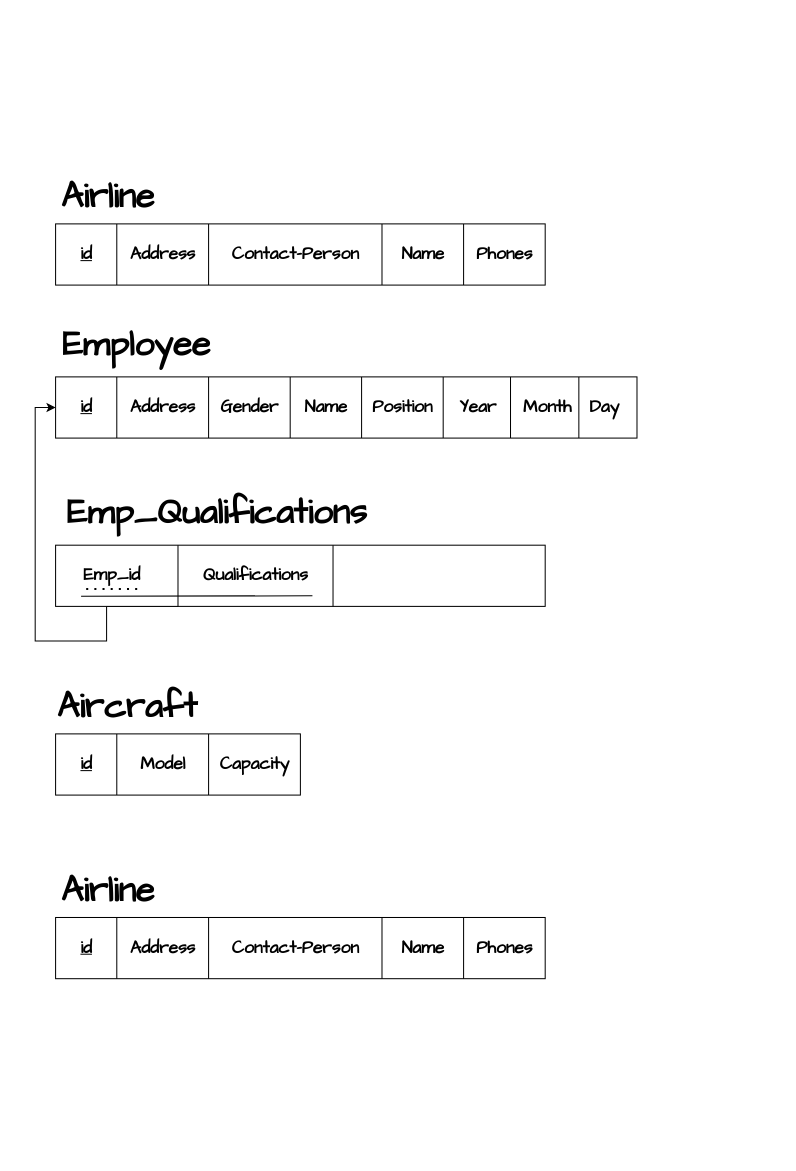
The draw.io diagram Mapping.drawio in you22ef/ERDs, before the edit. Source tidied: cells renumbered, new cells numbered last; positions are measured from the earlier drawing's top-left corner, leaving out a move shared by most shapes. Both pictures are drawn from the tidied source at 102%, with x=0, y=0 at pixel (35, 171).
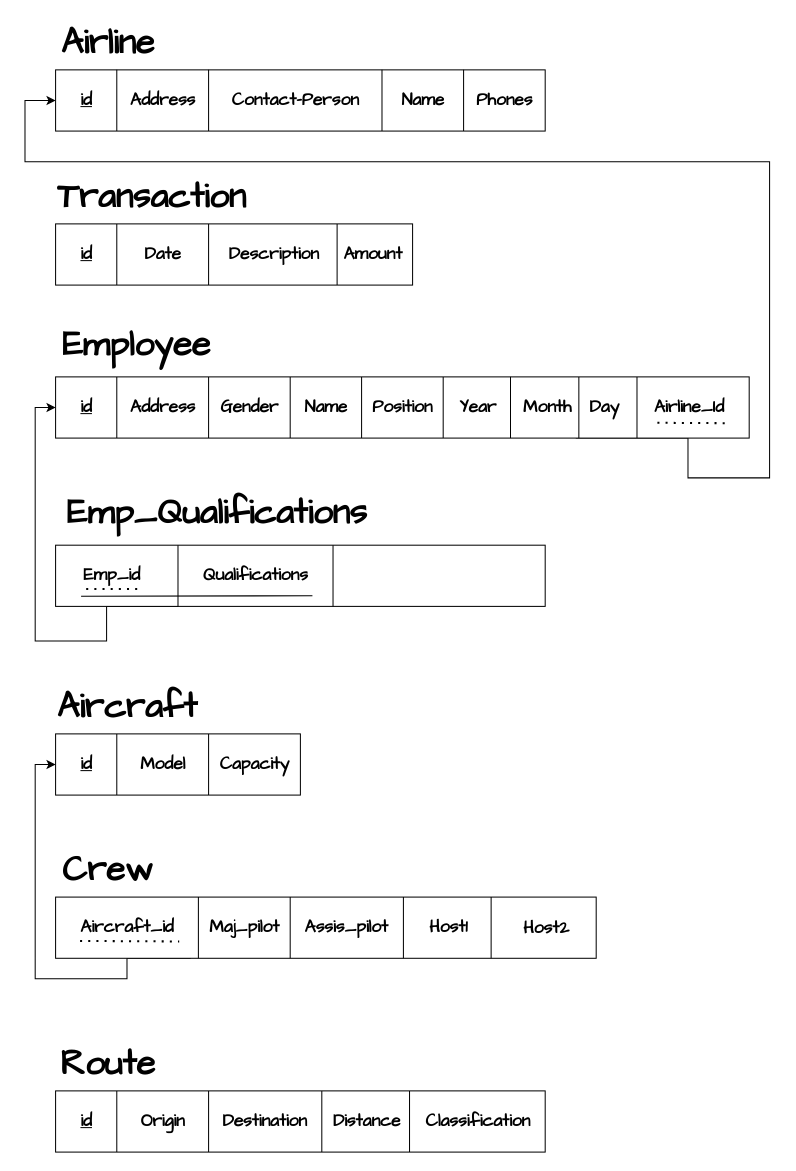
Above is the later version.

Unchanged cells that the change refers to:
```xml
<mxCell id="39" style="rounded=0;whiteSpace=wrap;html=1;" parent="1" vertex="1">
  <mxGeometry x="20" y="551" width="240" height="60" as="geometry" />
</mxCell>
```

What changed in the source:
```diff
@@
     <mxCell id="2" style="rounded=0;whiteSpace=wrap;html=1;" parent="1" vertex="1">
-      <mxGeometry x="20" y="51" width="480" height="60" as="geometry" />
+      <mxGeometry x="20" y="51" width="350" height="60" as="geometry" />
     </mxCell>
@@
-    <mxCell id="5" value="&lt;font style=&quot;font-size: 34px;&quot; face=&quot;Architects Daughter&quot;&gt;&lt;b&gt;Airline&lt;/b&gt;&lt;/font&gt;" style="text;html=1;align=center;verticalAlign=middle;strokeColor=none;fillColor=none;" parent="1" vertex="1">
-      <mxGeometry x="11" width="120" height="50" as="geometry" />
+    <mxCell id="5" value="&lt;font style=&quot;font-size: 34px;&quot; face=&quot;Architects Daughter&quot;&gt;&lt;b&gt;Transaction&lt;/b&gt;&lt;/font&gt;" style="text;html=1;align=center;verticalAlign=middle;strokeColor=none;fillColor=none;" parent="1" vertex="1">
+      <mxGeometry x="9" width="210" height="50" as="geometry" />
     </mxCell>
@@
-    <mxCell id="7" value="&lt;font style=&quot;font-size: 17px;&quot; face=&quot;Architects Daughter&quot;&gt;&lt;b&gt;Address&lt;/b&gt;&lt;/font&gt;" style="text;html=1;align=center;verticalAlign=middle;strokeColor=none;fillColor=none;" parent="1" vertex="1">
-      <mxGeometry x="80" y="66" width="90" height="30" as="geometry" />
+    <mxCell id="7" value="&lt;font style=&quot;font-size: 17px;&quot; face=&quot;Architects Daughter&quot;&gt;&lt;b&gt;Date&lt;/b&gt;&lt;/font&gt;" style="text;html=1;align=center;verticalAlign=middle;strokeColor=none;fillColor=none;" parent="1" vertex="1">
+      <mxGeometry x="95" y="66" width="60" height="30" as="geometry" />
     </mxCell>
     <mxCell id="8" style="endArrow=none;html=1;rounded=0;" parent="1" edge="1">
       <mxGeometry relative="1" as="geometry">
-        <mxPoint x="340" y="111" as="sourcePoint" />
-        <mxPoint x="340" y="51" as="targetPoint" />
+        <mxPoint x="296" y="111" as="sourcePoint" />
+        <mxPoint x="296" y="51" as="targetPoint" />
       </mxGeometry>
     </mxCell>
-    <mxCell id="9" style="endArrow=none;html=1;rounded=0;" parent="1" edge="1">
-      <mxGeometry relative="1" as="geometry">
-        <mxPoint x="420" y="111" as="sourcePoint" />
-        <mxPoint x="420" y="51" as="targetPoint" />
-      </mxGeometry>
-    </mxCell>
-    <mxCell id="10" value="&lt;font style=&quot;font-size: 17px;&quot; face=&quot;Architects Daughter&quot;&gt;&lt;b&gt;Contact-Person&lt;/b&gt;&lt;/font&gt;" style="text;html=1;align=center;verticalAlign=middle;strokeColor=none;fillColor=none;" parent="1" vertex="1">
-      <mxGeometry x="180" y="66" width="150" height="30" as="geometry" />
+    <mxCell id="10" value="&lt;font face=&quot;Architects Daughter&quot;&gt;&lt;span style=&quot;font-size: 17px;&quot;&gt;&lt;b&gt;Description&lt;/b&gt;&lt;/span&gt;&lt;/font&gt;" style="text;html=1;align=center;verticalAlign=middle;strokeColor=none;fillColor=none;" parent="1" vertex="1">
+      <mxGeometry x="179" y="66" width="110" height="30" as="geometry" />
     </mxCell>
-    <mxCell id="11" value="&lt;font style=&quot;font-size: 17px;&quot; face=&quot;Architects Daughter&quot;&gt;&lt;b&gt;Name&lt;/b&gt;&lt;/font&gt;" style="text;html=1;align=center;verticalAlign=middle;strokeColor=none;fillColor=none;" parent="1" vertex="1">
-      <mxGeometry x="345" y="66" width="70" height="30" as="geometry" />
+    <mxCell id="11" value="&lt;font style=&quot;font-size: 17px;&quot; face=&quot;Architects Daughter&quot;&gt;&lt;b&gt;Amount&lt;/b&gt;&lt;/font&gt;" style="text;html=1;align=center;verticalAlign=middle;strokeColor=none;fillColor=none;" parent="1" vertex="1">
+      <mxGeometry x="291" y="66" width="80" height="30" as="geometry" />
     </mxCell>
-    <mxCell id="12" value="&lt;font style=&quot;font-size: 17px;&quot; face=&quot;Architects Daughter&quot;&gt;&lt;b&gt;Phones&lt;/b&gt;&lt;/font&gt;" style="text;html=1;align=center;verticalAlign=middle;strokeColor=none;fillColor=none;" parent="1" vertex="1">
-      <mxGeometry x="420" y="66" width="80" height="30" as="geometry" />
-    </mxCell>
+    <mxCell id="57" style="edgeStyle=orthogonalEdgeStyle;rounded=0;jettySize=auto;html=1;exitX=0.75;exitY=1;exitDx=0;exitDy=0;entryX=0;entryY=0.5;entryDx=0;entryDy=0;" parent="1" edge="1" source="13" target="71">
+      <mxGeometry relative="1" as="geometry">
+        <Array as="points">
+          <mxPoint x="640" y="261" />
+          <mxPoint x="640" y="300" />
+          <mxPoint x="720" y="300" />
+          <mxPoint x="720" y="-10" />
+          <mxPoint x="-10" y="-10" />
+          <mxPoint x="-10" y="-70" />
+        </Array>
+      </mxGeometry>
+    </mxCell>
     <mxCell id="13" style="rounded=0;whiteSpace=wrap;html=1;" parent="1" vertex="1">
-      <mxGeometry x="20" y="201" width="570" height="60" as="geometry" />
+      <mxGeometry x="20" y="201" width="680" height="60" as="geometry" />
     </mxCell>
@@
     <mxCell id="46" style="rounded=0;whiteSpace=wrap;html=1;" parent="1" vertex="1">
-      <mxGeometry x="20" y="731" width="480" height="60" as="geometry" />
+      <mxGeometry x="20" y="901" width="480" height="60" as="geometry" />
     </mxCell>
     <mxCell id="47" style="endArrow=none;html=1;rounded=0;" parent="1" edge="1">
       <mxGeometry relative="1" as="geometry">
-        <mxPoint x="80" y="791" as="sourcePoint" />
-        <mxPoint x="80" y="731" as="targetPoint" />
+        <mxPoint x="80" y="961" as="sourcePoint" />
+        <mxPoint x="80" y="901" as="targetPoint" />
       </mxGeometry>
     </mxCell>
     <mxCell id="48" style="endArrow=none;html=1;rounded=0;" parent="1" edge="1">
       <mxGeometry relative="1" as="geometry">
-        <mxPoint x="170" y="791" as="sourcePoint" />
-        <mxPoint x="170" y="731" as="targetPoint" />
+        <mxPoint x="170" y="961" as="sourcePoint" />
+        <mxPoint x="170" y="901" as="targetPoint" />
       </mxGeometry>
     </mxCell>
-    <mxCell id="49" value="&lt;font style=&quot;font-size: 34px;&quot; face=&quot;Architects Daughter&quot;&gt;&lt;b&gt;Airline&lt;/b&gt;&lt;/font&gt;" style="text;html=1;align=center;verticalAlign=middle;strokeColor=none;fillColor=none;" parent="1" vertex="1">
-      <mxGeometry x="11" y="680" width="120" height="50" as="geometry" />
+    <mxCell id="49" value="&lt;font style=&quot;font-size: 34px;&quot; face=&quot;Architects Daughter&quot;&gt;&lt;b&gt;Route&lt;/b&gt;&lt;/font&gt;" style="text;html=1;align=center;verticalAlign=middle;strokeColor=none;fillColor=none;" parent="1" vertex="1">
+      <mxGeometry x="11" y="850" width="120" height="50" as="geometry" />
     </mxCell>
     <mxCell id="50" value="&lt;font face=&quot;Architects Daughter&quot; style=&quot;font-size: 17px;&quot;&gt;&lt;b&gt;id&lt;/b&gt;&lt;/font&gt;" style="text;html=1;align=center;verticalAlign=middle;strokeColor=none;fillColor=none;fontStyle=4;" parent="1" vertex="1">
-      <mxGeometry x="35" y="746" width="30" height="30" as="geometry" />
+      <mxGeometry x="35" y="916" width="30" height="30" as="geometry" />
     </mxCell>
-    <mxCell id="51" value="&lt;font style=&quot;font-size: 17px;&quot; face=&quot;Architects Daughter&quot;&gt;&lt;b&gt;Address&lt;/b&gt;&lt;/font&gt;" style="text;html=1;align=center;verticalAlign=middle;strokeColor=none;fillColor=none;" parent="1" vertex="1">
-      <mxGeometry x="80" y="746" width="90" height="30" as="geometry" />
+    <mxCell id="51" value="&lt;font style=&quot;font-size: 17px;&quot; face=&quot;Architects Daughter&quot;&gt;&lt;b&gt;Origin&lt;/b&gt;&lt;/font&gt;" style="text;html=1;align=center;verticalAlign=middle;strokeColor=none;fillColor=none;" parent="1" vertex="1">
+      <mxGeometry x="90" y="916" width="70" height="30" as="geometry" />
     </mxCell>
     <mxCell id="52" style="endArrow=none;html=1;rounded=0;" parent="1" edge="1">
       <mxGeometry relative="1" as="geometry">
-        <mxPoint x="340" y="791" as="sourcePoint" />
-        <mxPoint x="340" y="731" as="targetPoint" />
+        <mxPoint x="281" y="961" as="sourcePoint" />
+        <mxPoint x="281" y="901" as="targetPoint" />
       </mxGeometry>
     </mxCell>
     <mxCell id="53" style="endArrow=none;html=1;rounded=0;" parent="1" edge="1">
       <mxGeometry relative="1" as="geometry">
-        <mxPoint x="420" y="791" as="sourcePoint" />
-        <mxPoint x="420" y="731" as="targetPoint" />
+        <mxPoint x="367" y="961" as="sourcePoint" />
+        <mxPoint x="367" y="901" as="targetPoint" />
       </mxGeometry>
     </mxCell>
-    <mxCell id="54" value="&lt;font style=&quot;font-size: 17px;&quot; face=&quot;Architects Daughter&quot;&gt;&lt;b&gt;Contact-Person&lt;/b&gt;&lt;/font&gt;" style="text;html=1;align=center;verticalAlign=middle;strokeColor=none;fillColor=none;" parent="1" vertex="1">
-      <mxGeometry x="180" y="746" width="150" height="30" as="geometry" />
+    <mxCell id="54" value="&lt;font style=&quot;font-size: 17px;&quot; face=&quot;Architects Daughter&quot;&gt;&lt;b&gt;Destination&lt;/b&gt;&lt;/font&gt;" style="text;html=1;align=center;verticalAlign=middle;strokeColor=none;fillColor=none;" parent="1" vertex="1">
+      <mxGeometry x="170" y="916" width="110" height="30" as="geometry" />
     </mxCell>
-    <mxCell id="55" value="&lt;font style=&quot;font-size: 17px;&quot; face=&quot;Architects Daughter&quot;&gt;&lt;b&gt;Name&lt;/b&gt;&lt;/font&gt;" style="text;html=1;align=center;verticalAlign=middle;strokeColor=none;fillColor=none;" parent="1" vertex="1">
-      <mxGeometry x="345" y="746" width="70" height="30" as="geometry" />
+    <mxCell id="55" value="&lt;font style=&quot;font-size: 17px;&quot; face=&quot;Architects Daughter&quot;&gt;&lt;b&gt;Distance&lt;/b&gt;&lt;/font&gt;" style="text;html=1;align=center;verticalAlign=middle;strokeColor=none;fillColor=none;" parent="1" vertex="1">
+      <mxGeometry x="280" y="916" width="90" height="30" as="geometry" />
     </mxCell>
-    <mxCell id="56" value="&lt;font style=&quot;font-size: 17px;&quot; face=&quot;Architects Daughter&quot;&gt;&lt;b&gt;Phones&lt;/b&gt;&lt;/font&gt;" style="text;html=1;align=center;verticalAlign=middle;strokeColor=none;fillColor=none;" parent="1" vertex="1">
-      <mxGeometry x="420" y="746" width="80" height="30" as="geometry" />
+    <mxCell id="56" value="&lt;font style=&quot;font-size: 17px;&quot; face=&quot;Architects Daughter&quot;&gt;&lt;b&gt;Classification&lt;/b&gt;&lt;/font&gt;" style="text;html=1;align=center;verticalAlign=middle;strokeColor=none;fillColor=none;" parent="1" vertex="1">
+      <mxGeometry x="369" y="916" width="130" height="30" as="geometry" />
     </mxCell>
+    <mxCell id="58" style="edgeStyle=orthogonalEdgeStyle;rounded=0;jettySize=auto;html=1;exitX=0.25;exitY=1;exitDx=0;exitDy=0;entryX=0;entryY=0.5;entryDx=0;entryDy=0;" parent="1" edge="1" source="59" target="39">
+      <mxGeometry relative="1" as="geometry">
+        <Array as="points">
+          <mxPoint x="90" y="771" />
+          <mxPoint x="90" y="791" />
+          <mxPoint y="791" />
+          <mxPoint y="581" />
+        </Array>
+      </mxGeometry>
+    </mxCell>
+    <mxCell id="59" style="rounded=0;whiteSpace=wrap;html=1;" parent="1" vertex="1">
+      <mxGeometry x="20" y="711" width="530" height="60" as="geometry" />
+    </mxCell>
+    <mxCell id="60" style="endArrow=none;html=1;rounded=0;" parent="1" edge="1">
+      <mxGeometry relative="1" as="geometry">
+        <mxPoint x="160" y="771" as="sourcePoint" />
+        <mxPoint x="160" y="711" as="targetPoint" />
+      </mxGeometry>
+    </mxCell>
+    <mxCell id="61" style="endArrow=none;html=1;rounded=0;" parent="1" edge="1">
+      <mxGeometry relative="1" as="geometry">
+        <mxPoint x="250" y="771" as="sourcePoint" />
+        <mxPoint x="250" y="711" as="targetPoint" />
+      </mxGeometry>
+    </mxCell>
+    <mxCell id="62" value="&lt;font style=&quot;font-size: 34px;&quot; face=&quot;Architects Daughter&quot;&gt;&lt;b&gt;Crew&lt;/b&gt;&lt;/font&gt;" style="text;html=1;align=center;verticalAlign=middle;strokeColor=none;fillColor=none;" parent="1" vertex="1">
+      <mxGeometry x="16" y="660" width="110" height="50" as="geometry" />
+    </mxCell>
+    <mxCell id="63" value="&lt;font style=&quot;font-size: 17px;&quot; face=&quot;Architects Daughter&quot;&gt;&lt;b&gt;Aircraft_id&lt;/b&gt;&lt;/font&gt;" style="text;html=1;align=center;verticalAlign=middle;strokeColor=none;fillColor=none;fontStyle=0;" parent="1" vertex="1">
+      <mxGeometry x="30" y="726" width="120" height="30" as="geometry" />
+    </mxCell>
+    <mxCell id="64" value="&lt;font style=&quot;font-size: 17px;&quot; face=&quot;Architects Daughter&quot;&gt;&lt;b&gt;Maj_pilot&lt;/b&gt;&lt;/font&gt;" style="text;html=1;align=center;verticalAlign=middle;strokeColor=none;fillColor=none;" parent="1" vertex="1">
+      <mxGeometry x="160" y="726" width="90" height="30" as="geometry" />
+    </mxCell>
+    <mxCell id="65" style="endArrow=none;html=1;rounded=0;" parent="1" edge="1">
+      <mxGeometry relative="1" as="geometry">
+        <mxPoint x="361" y="771" as="sourcePoint" />
+        <mxPoint x="361" y="711" as="targetPoint" />
+      </mxGeometry>
+    </mxCell>
+    <mxCell id="66" style="endArrow=none;html=1;rounded=0;" parent="1" edge="1">
+      <mxGeometry relative="1" as="geometry">
+        <mxPoint x="447" y="771" as="sourcePoint" />
+        <mxPoint x="447" y="711" as="targetPoint" />
+      </mxGeometry>
+    </mxCell>
+    <mxCell id="67" value="&lt;font style=&quot;font-size: 17px;&quot; face=&quot;Architects Daughter&quot;&gt;&lt;b&gt;Assis_pilot&lt;/b&gt;&lt;/font&gt;" style="text;html=1;align=center;verticalAlign=middle;strokeColor=none;fillColor=none;" parent="1" vertex="1">
+      <mxGeometry x="250" y="726" width="110" height="30" as="geometry" />
+    </mxCell>
+    <mxCell id="68" value="&lt;font style=&quot;font-size: 17px;&quot; face=&quot;Architects Daughter&quot;&gt;&lt;b&gt;Host1&lt;/b&gt;&lt;/font&gt;" style="text;html=1;align=center;verticalAlign=middle;strokeColor=none;fillColor=none;" parent="1" vertex="1">
+      <mxGeometry x="375" y="726" width="60" height="30" as="geometry" />
+    </mxCell>
+    <mxCell id="69" value="&lt;font style=&quot;font-size: 17px;&quot; face=&quot;Architects Daughter&quot;&gt;&lt;b&gt;Host2&lt;/b&gt;&lt;/font&gt;" style="text;html=1;align=center;verticalAlign=middle;strokeColor=none;fillColor=none;" parent="1" vertex="1">
+      <mxGeometry x="466" y="727" width="70" height="30" as="geometry" />
+    </mxCell>
+    <mxCell id="70" style="endArrow=none;dashed=1;html=1;dashPattern=1 3;strokeWidth=2;rounded=0;entryX=0.935;entryY=0.951;entryDx=0;entryDy=0;entryPerimeter=0;" parent="1" edge="1">
+      <mxGeometry relative="1" as="geometry">
+        <mxPoint x="44" y="754" as="sourcePoint" />
+        <mxPoint x="141.2" y="754.5" as="targetPoint" />
+      </mxGeometry>
+    </mxCell>
+    <mxCell id="71" style="rounded=0;whiteSpace=wrap;html=1;" parent="1" vertex="1">
+      <mxGeometry x="20" y="-100" width="480" height="60" as="geometry" />
+    </mxCell>
+    <mxCell id="72" style="endArrow=none;html=1;rounded=0;" parent="1" edge="1">
+      <mxGeometry relative="1" as="geometry">
+        <mxPoint x="80" y="-40" as="sourcePoint" />
+        <mxPoint x="80" y="-100" as="targetPoint" />
+      </mxGeometry>
+    </mxCell>
+    <mxCell id="73" style="endArrow=none;html=1;rounded=0;" parent="1" edge="1">
+      <mxGeometry relative="1" as="geometry">
+        <mxPoint x="170" y="-40" as="sourcePoint" />
+        <mxPoint x="170" y="-100" as="targetPoint" />
+      </mxGeometry>
+    </mxCell>
+    <mxCell id="74" value="&lt;font style=&quot;font-size: 34px;&quot; face=&quot;Architects Daughter&quot;&gt;&lt;b&gt;Airline&lt;/b&gt;&lt;/font&gt;" style="text;html=1;align=center;verticalAlign=middle;strokeColor=none;fillColor=none;" parent="1" vertex="1">
+      <mxGeometry x="11" y="-151" width="120" height="50" as="geometry" />
+    </mxCell>
+    <mxCell id="75" value="&lt;font face=&quot;Architects Daughter&quot; style=&quot;font-size: 17px;&quot;&gt;&lt;b&gt;id&lt;/b&gt;&lt;/font&gt;" style="text;html=1;align=center;verticalAlign=middle;strokeColor=none;fillColor=none;fontStyle=4;" parent="1" vertex="1">
+      <mxGeometry x="35" y="-85" width="30" height="30" as="geometry" />
+    </mxCell>
+    <mxCell id="76" value="&lt;font style=&quot;font-size: 17px;&quot; face=&quot;Architects Daughter&quot;&gt;&lt;b&gt;Address&lt;/b&gt;&lt;/font&gt;" style="text;html=1;align=center;verticalAlign=middle;strokeColor=none;fillColor=none;" parent="1" vertex="1">
+      <mxGeometry x="80" y="-85" width="90" height="30" as="geometry" />
+    </mxCell>
+    <mxCell id="77" style="endArrow=none;html=1;rounded=0;" parent="1" edge="1">
+      <mxGeometry relative="1" as="geometry">
+        <mxPoint x="340" y="-40" as="sourcePoint" />
+        <mxPoint x="340" y="-100" as="targetPoint" />
+      </mxGeometry>
+    </mxCell>
+    <mxCell id="78" style="endArrow=none;html=1;rounded=0;" parent="1" edge="1">
+      <mxGeometry relative="1" as="geometry">
+        <mxPoint x="420" y="-40" as="sourcePoint" />
+        <mxPoint x="420" y="-100" as="targetPoint" />
+      </mxGeometry>
+    </mxCell>
+    <mxCell id="79" value="&lt;font style=&quot;font-size: 17px;&quot; face=&quot;Architects Daughter&quot;&gt;&lt;b&gt;Contact-Person&lt;/b&gt;&lt;/font&gt;" style="text;html=1;align=center;verticalAlign=middle;strokeColor=none;fillColor=none;" parent="1" vertex="1">
+      <mxGeometry x="180" y="-85" width="150" height="30" as="geometry" />
+    </mxCell>
+    <mxCell id="80" value="&lt;font style=&quot;font-size: 17px;&quot; face=&quot;Architects Daughter&quot;&gt;&lt;b&gt;Name&lt;/b&gt;&lt;/font&gt;" style="text;html=1;align=center;verticalAlign=middle;strokeColor=none;fillColor=none;" parent="1" vertex="1">
+      <mxGeometry x="345" y="-85" width="70" height="30" as="geometry" />
+    </mxCell>
+    <mxCell id="12" value="&lt;font style=&quot;font-size: 17px;&quot; face=&quot;Architects Daughter&quot;&gt;&lt;b&gt;Phones&lt;/b&gt;&lt;/font&gt;" style="text;html=1;align=center;verticalAlign=middle;strokeColor=none;fillColor=none;" parent="1" vertex="1">
+      <mxGeometry x="420" y="-85" width="80" height="30" as="geometry" />
+    </mxCell>
+    <mxCell id="81" value="&lt;font face=&quot;Architects Daughter&quot;&gt;&lt;span style=&quot;font-size: 17px;&quot;&gt;&lt;b&gt;Airline_Id&lt;/b&gt;&lt;/span&gt;&lt;/font&gt;" style="text;html=1;align=center;verticalAlign=middle;points=[];strokeColor=none;fillColor=none;" parent="1" vertex="1">
+      <mxGeometry x="596" y="216" width="90" height="30" as="geometry" />
+    </mxCell>
+    <mxCell id="82" style="endArrow=none;html=1;rounded=0;" parent="1" edge="1">
+      <mxGeometry relative="1" as="geometry">
+        <mxPoint x="590" y="261" as="sourcePoint" />
+        <mxPoint x="590" y="201" as="targetPoint" />
+      </mxGeometry>
+    </mxCell>
+    <mxCell id="83" style="endArrow=none;dashed=1;html=1;dashPattern=1 3;strokeWidth=2;rounded=0;entryX=0.912;entryY=1.013;entryDx=0;entryDy=0;entryPerimeter=0;" parent="1" edge="1" target="81">
+      <mxGeometry relative="1" as="geometry">
+        <mxPoint x="610" y="246" as="sourcePoint" />
+      </mxGeometry>
+    </mxCell>
```
